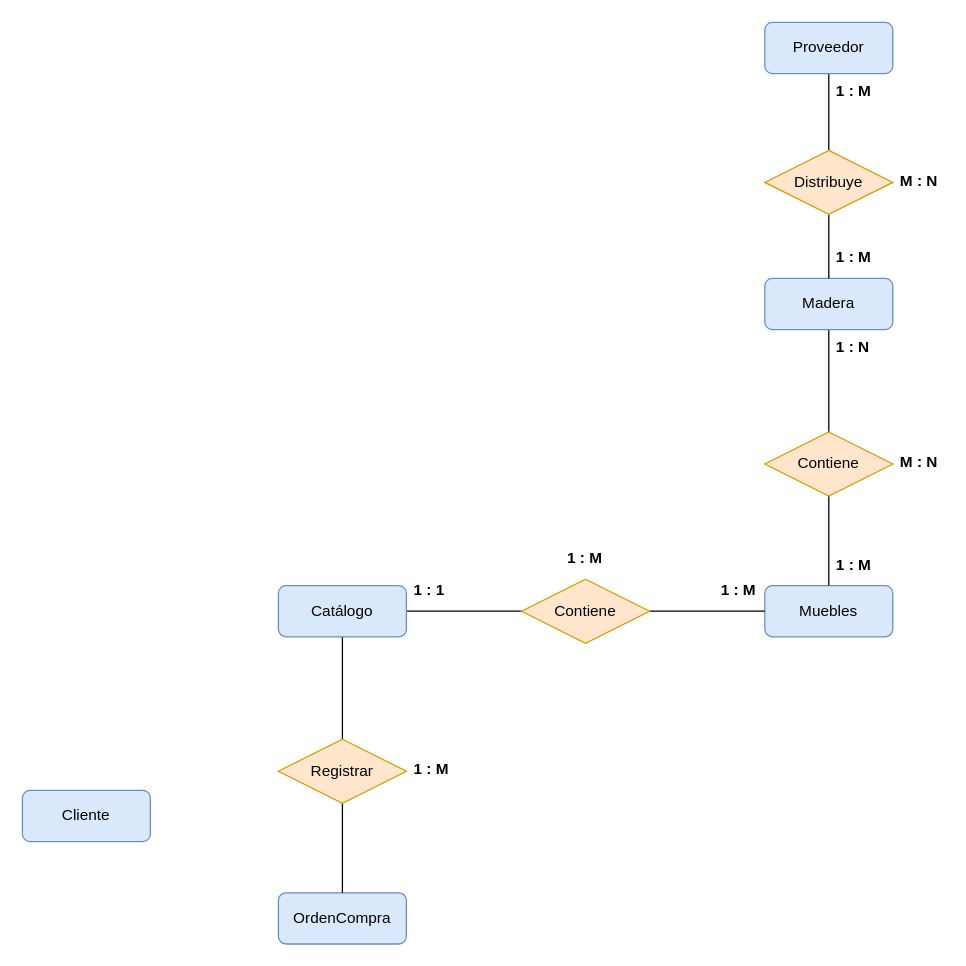
Earlier version of the draw.io diagram Diagrama_2_TrabajoClase.drawio (AngelDavidStudios/Diagramas_BdD_1). Source tidied: cells renumbered, new cells numbered last; positions are measured from the earlier drawing's top-left corner, leaving out a move shared by most shapes. Both pictures are drawn from the tidied source at 128%, with x=0, y=0 at pixel (22, 22).
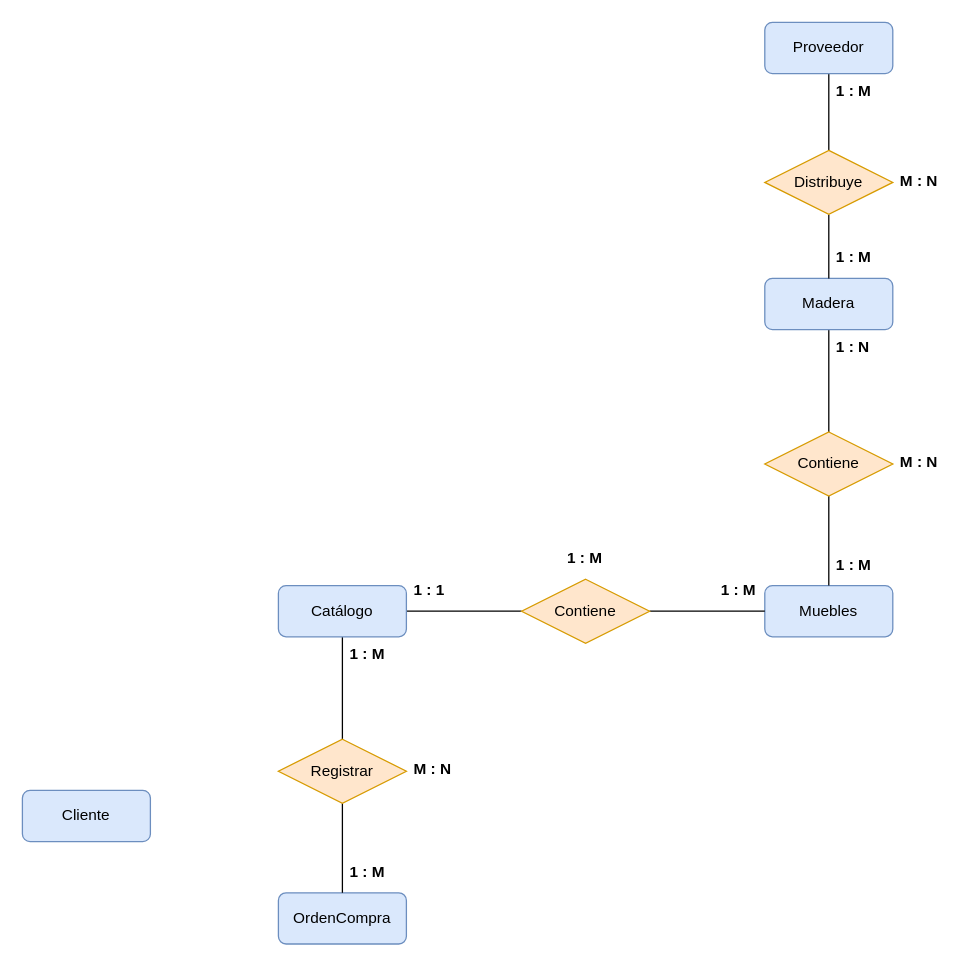
The same page after the edit.

The edit, as a diff of the source:
```diff
@@
-    <mxCell id="29" value="1 : M" style="text;strokeColor=none;fillColor=none;spacingLeft=4;spacingRight=4;overflow=hidden;fontSize=12;whiteSpace=wrap;html=1;fontStyle=1;" parent="1" vertex="1">
+    <mxCell id="29" value="M : N" style="text;strokeColor=none;fillColor=none;spacingLeft=4;spacingRight=4;overflow=hidden;fontSize=12;whiteSpace=wrap;html=1;fontStyle=1;" parent="1" vertex="1">
       <mxGeometry x="300" y="570" width="40" height="30" as="geometry" />
     </mxCell>
+    <mxCell id="30" value="1 : M" style="text;strokeColor=none;fillColor=none;spacingLeft=4;spacingRight=4;overflow=hidden;fontSize=12;whiteSpace=wrap;html=1;fontStyle=1;" parent="1" vertex="1">
+      <mxGeometry x="250" y="650" width="40" height="30" as="geometry" />
+    </mxCell>
+    <mxCell id="31" value="1 : M" style="text;strokeColor=none;fillColor=none;spacingLeft=4;spacingRight=4;overflow=hidden;fontSize=12;whiteSpace=wrap;html=1;fontStyle=1;" parent="1" vertex="1">
+      <mxGeometry x="250" y="480" width="40" height="30" as="geometry" />
+    </mxCell>
```
